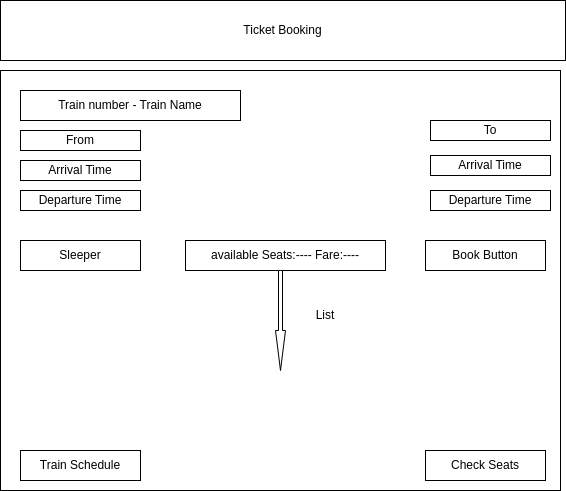
Above: SeatsForTicketBooking.drawio.png in cdac-project-2025/project-diagrams (draw.io), before the change. Source tidied: cells renumbered, new cells last; positions are measured from the earlier drawing's top-left corner, leaving out a move shared by most shapes. Source of this version:
```xml
<mxGraphModel>
  <root>
    <mxCell id="0" />
    <mxCell id="1" parent="0" />
    <mxCell id="2" value="Ticket Booking" style="rounded=0;whiteSpace=wrap;html=1;" parent="1" vertex="1">
      <mxGeometry width="565" height="60" as="geometry" />
    </mxCell>
    <mxCell id="3" value="Train Schedule" style="rounded=0;whiteSpace=wrap;html=1;" parent="1" vertex="1">
      <mxGeometry x="25" y="90" width="120" height="30" as="geometry" />
    </mxCell>
    <mxCell id="4" value="Check Seats" style="rounded=0;whiteSpace=wrap;html=1;" parent="1" vertex="1">
      <mxGeometry x="435" y="90" width="120" height="30" as="geometry" />
    </mxCell>
    <mxCell id="5" style="rounded=0;whiteSpace=wrap;html=1;" parent="1" vertex="1">
      <mxGeometry y="70" width="560" height="420" as="geometry" />
    </mxCell>
    <mxCell id="6" value="Train number - Train Name" style="rounded=0;whiteSpace=wrap;html=1;" parent="1" vertex="1">
      <mxGeometry x="20" y="90" width="220" height="30" as="geometry" />
    </mxCell>
    <mxCell id="7" value="From" style="rounded=0;whiteSpace=wrap;html=1;" parent="1" vertex="1">
      <mxGeometry x="20" y="130" width="120" height="20" as="geometry" />
    </mxCell>
    <mxCell id="8" value="Arrival Time" style="rounded=0;whiteSpace=wrap;html=1;" parent="1" vertex="1">
      <mxGeometry x="20" y="160" width="120" height="20" as="geometry" />
    </mxCell>
    <mxCell id="9" value="Departure Time" style="rounded=0;whiteSpace=wrap;html=1;" parent="1" vertex="1">
      <mxGeometry x="20" y="190" width="120" height="20" as="geometry" />
    </mxCell>
    <mxCell id="10" value="Train Schedule" style="rounded=0;whiteSpace=wrap;html=1;" parent="1" vertex="1">
      <mxGeometry x="20" y="450" width="120" height="30" as="geometry" />
    </mxCell>
    <mxCell id="11" value="To" style="rounded=0;whiteSpace=wrap;html=1;" parent="1" vertex="1">
      <mxGeometry x="430" y="120" width="120" height="20" as="geometry" />
    </mxCell>
    <mxCell id="12" value="Arrival Time" style="rounded=0;whiteSpace=wrap;html=1;" parent="1" vertex="1">
      <mxGeometry x="430" y="155" width="120" height="20" as="geometry" />
    </mxCell>
    <mxCell id="13" value="Departure Time" style="rounded=0;whiteSpace=wrap;html=1;" parent="1" vertex="1">
      <mxGeometry x="430" y="190" width="120" height="20" as="geometry" />
    </mxCell>
    <mxCell id="14" value="Check Seats" style="rounded=0;whiteSpace=wrap;html=1;" parent="1" vertex="1">
      <mxGeometry x="425" y="450" width="120" height="30" as="geometry" />
    </mxCell>
    <mxCell id="15" value="Sleeper" style="rounded=0;whiteSpace=wrap;html=1;" parent="1" vertex="1">
      <mxGeometry x="20" y="240" width="120" height="30" as="geometry" />
    </mxCell>
    <mxCell id="16" value="available Seats:---- Fare:----" style="rounded=0;whiteSpace=wrap;html=1;" parent="1" vertex="1">
      <mxGeometry x="185" y="240" width="200" height="30" as="geometry" />
    </mxCell>
    <mxCell id="17" value="Book Button" style="rounded=0;whiteSpace=wrap;html=1;" parent="1" vertex="1">
      <mxGeometry x="425" y="240" width="120" height="30" as="geometry" />
    </mxCell>
    <mxCell id="18" style="html=1;shadow=0;dashed=0;align=center;verticalAlign=middle;shape=mxgraph.arrows2.arrow;dy=0.6;dx=40;direction=south;notch=0;" parent="1" vertex="1">
      <mxGeometry x="275" y="270" width="10" height="100" as="geometry" />
    </mxCell>
    <mxCell id="19" value="List" style="text;html=1;align=center;verticalAlign=middle;whiteSpace=wrap;rounded=0;" parent="1" vertex="1">
      <mxGeometry x="295" y="300" width="60" height="30" as="geometry" />
    </mxCell>
  </root>
</mxGraphModel>
```
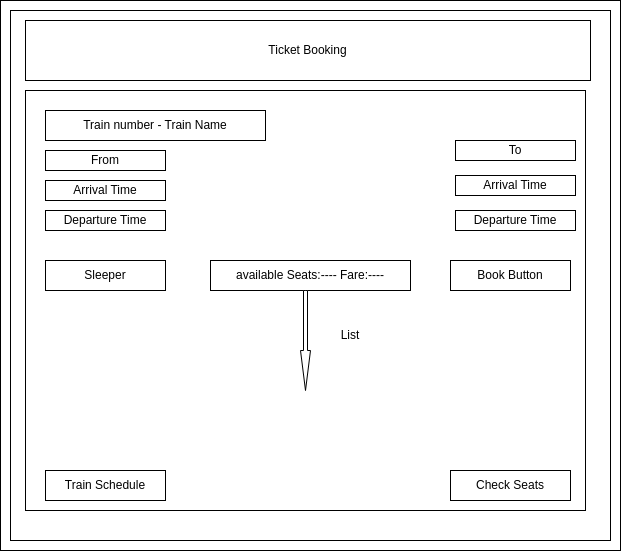
The same diagram one commit later.

Change to the diagram source:
```diff
@@ -2,6 +2,12 @@
   <root>
     <mxCell id="0" />
     <mxCell id="1" parent="0" />
+    <mxCell id="20" style="rounded=0;whiteSpace=wrap;html=1;" parent="1" vertex="1">
+      <mxGeometry x="-25" y="-20" width="620" height="550" as="geometry" />
+    </mxCell>
+    <mxCell id="21" style="rounded=0;whiteSpace=wrap;html=1;" parent="1" vertex="1">
+      <mxGeometry x="-15" y="-10" width="600" height="530" as="geometry" />
+    </mxCell>
     <mxCell id="2" value="Ticket Booking" style="rounded=0;whiteSpace=wrap;html=1;" parent="1" vertex="1">
       <mxGeometry width="565" height="60" as="geometry" />
     </mxCell>
```
